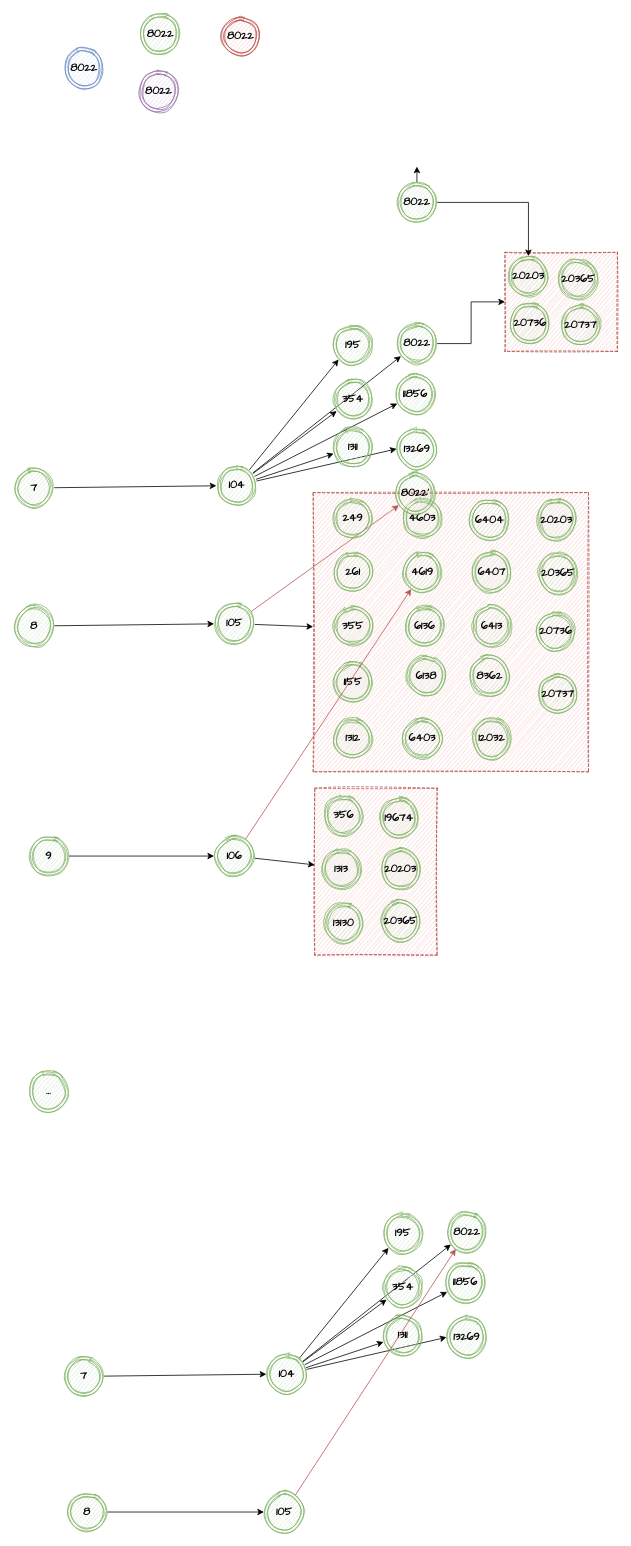
Before: page "第 2 页" (2 of 2) of src/main/leetcode_manuscripts/draw_io/project_1.drawio in wat1r/geek-algorithm-leetcode, a draw.io diagram. Source tidied: cells renumbered, new cells numbered last; positions are measured from the earlier drawing's top-left corner, leaving out a move shared by most shapes. Both pictures are drawn from the tidied source at 78%, with x=0, y=0 at pixel (13, 13).
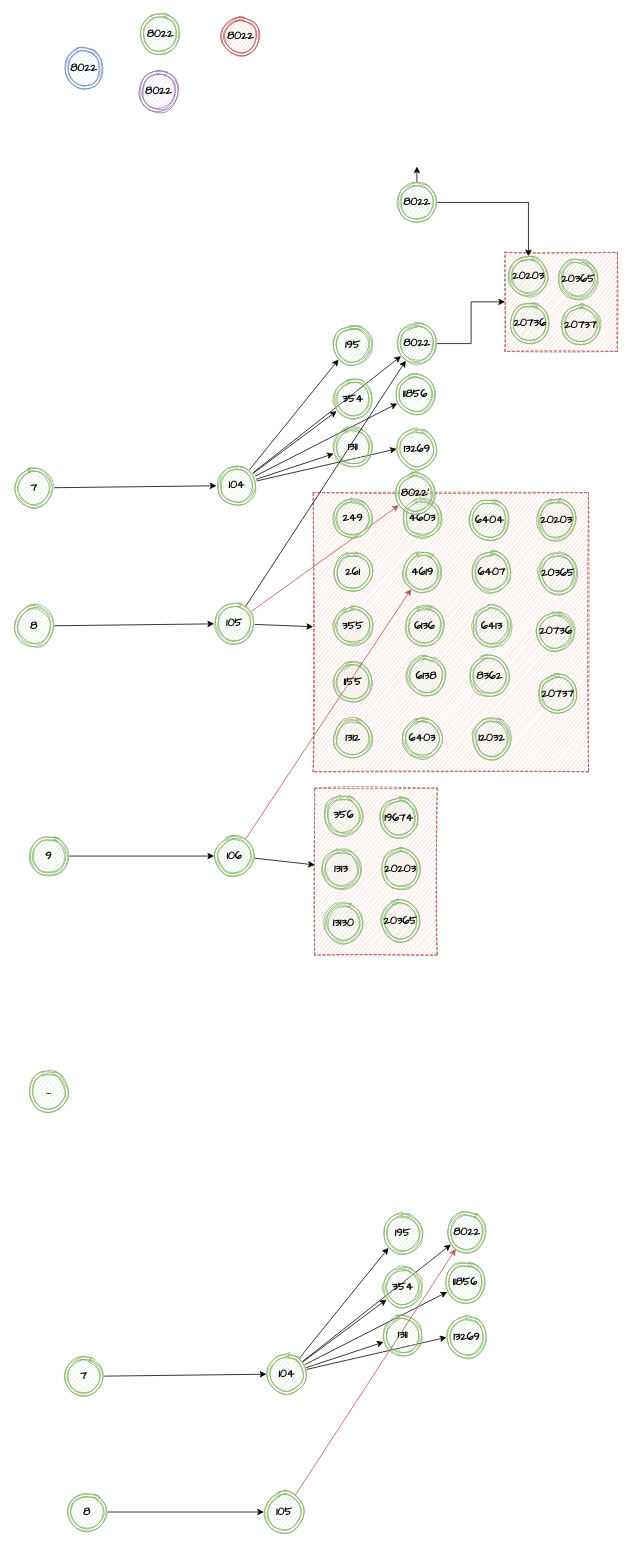
Above is the later version.

The change refers to these unchanged cells:
```xml
<mxCell id="17" value="8022" style="ellipse;shape=doubleEllipse;whiteSpace=wrap;html=1;sketch=1;fillColor=#d5e8d4;strokeColor=#82b366;fontSize=14;fontFamily=Comic Sans MS;fontStyle=1;" parent="1" vertex="1">
  <mxGeometry x="491" y="397" width="52" height="52" as="geometry" />
</mxCell>
<mxCell id="22" value="105" style="ellipse;shape=doubleEllipse;whiteSpace=wrap;html=1;sketch=1;fillColor=#d5e8d4;strokeColor=#82b366;fontSize=14;fontFamily=Comic Sans MS;fontStyle=1;" parent="1" vertex="1">
  <mxGeometry x="257" y="756" width="52" height="52" as="geometry" />
</mxCell>
```

The edit, as a diff of the source:
```diff
@@
+    <mxCell id="88" style="rounded=0;jettySize=auto;html=1;" parent="1" edge="1" source="22" target="17">
+      <mxGeometry relative="1" as="geometry" />
+    </mxCell>
```
